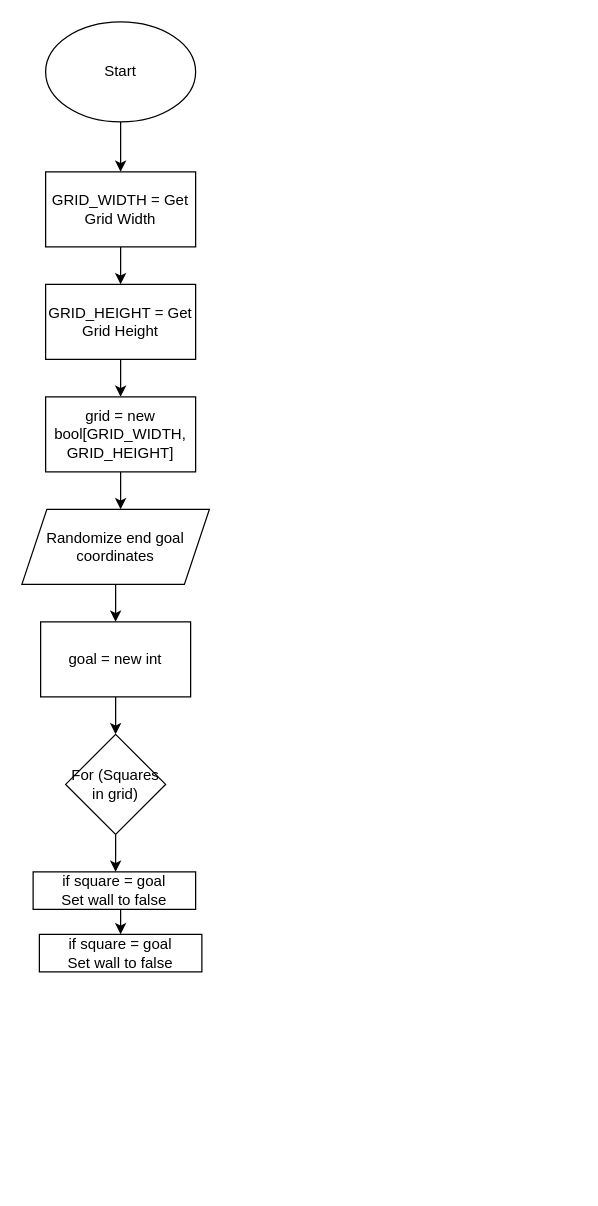
stanbennard/MazeProject2021 keeps this draw.io diagram as Untitled Diagram.drawio. Above is the earlier version. Source tidied: cells renumbered, new cells numbered last; positions are measured from the earlier drawing's top-left corner, leaving out a move shared by most shapes. Both pictures are drawn from the tidied source at 125%, with x=0, y=0 at pixel (21, 21).
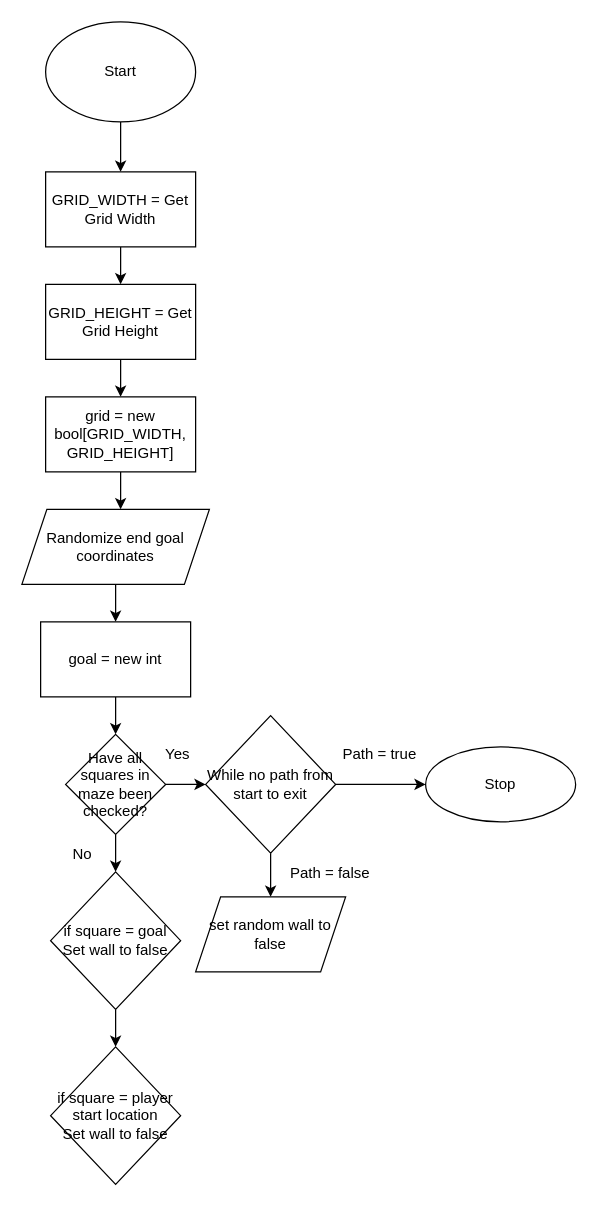
The same page after the edit.

The edit, as a diff of the source:
```diff
@@
-    <mxCell id="14" style="edgeStyle=orthogonalEdgeStyle;rounded=0;jettySize=auto;html=1;exitX=0.5;exitY=1;exitDx=0;exitDy=0;" parent="1" edge="1" source="15">
-      <mxGeometry relative="1" as="geometry">
-        <mxPoint x="75" y="680" as="targetPoint" />
-      </mxGeometry>
-    </mxCell>
+    <mxCell id="19" style="edgeStyle=orthogonalEdgeStyle;rounded=0;jettySize=auto;html=1;" parent="1" edge="1" source="15" target="22">
+      <mxGeometry relative="1" as="geometry" />
+    </mxCell>
+    <mxCell id="20" style="edgeStyle=orthogonalEdgeStyle;rounded=0;jettySize=auto;html=1;" parent="1" edge="1" source="15" target="26">
+      <mxGeometry relative="1" as="geometry" />
+    </mxCell>
-    <mxCell id="15" value="For (Squares&lt;br&gt;in grid)" style="rhombus;whiteSpace=wrap;html=1;" parent="1" vertex="1">
+    <mxCell id="15" value="Have all squares in maze been checked?" style="rhombus;whiteSpace=wrap;html=1;" parent="1" vertex="1">
       <mxGeometry x="35" y="570" width="80" height="80" as="geometry" />
     </mxCell>
-    <mxCell id="16" style="edgeStyle=orthogonalEdgeStyle;rounded=0;jettySize=auto;html=1;exitX=0.5;exitY=1;exitDx=0;exitDy=0;entryX=0.5;entryY=0;entryDx=0;entryDy=0;" parent="1" edge="1" source="17" target="18">
-      <mxGeometry relative="1" as="geometry" />
-    </mxCell>
-    <mxCell id="17" value="if square = goal&lt;br&gt;Set wall to false" style="rounded=0;whiteSpace=wrap;html=1;" parent="1" vertex="1">
-      <mxGeometry x="9" y="680" width="130" height="30" as="geometry" />
-    </mxCell>
-    <mxCell id="18" value="if square = goal&lt;br&gt;Set wall to false" style="rounded=0;whiteSpace=wrap;html=1;" parent="1" vertex="1">
-      <mxGeometry x="14" y="730" width="130" height="30" as="geometry" />
-    </mxCell>
+    <mxCell id="21" style="edgeStyle=orthogonalEdgeStyle;rounded=0;jettySize=auto;html=1;" parent="1" edge="1" source="22" target="23">
+      <mxGeometry relative="1" as="geometry" />
+    </mxCell>
+    <mxCell id="22" value="&lt;span&gt;if square = goal&lt;/span&gt;&lt;br&gt;&lt;span&gt;Set wall to false&lt;/span&gt;" style="rhombus;whiteSpace=wrap;html=1;" parent="1" vertex="1">
+      <mxGeometry x="23" y="680" width="104" height="110" as="geometry" />
+    </mxCell>
+    <mxCell id="23" value="&lt;span&gt;if square = player start location&lt;/span&gt;&lt;br&gt;&lt;span&gt;Set wall to false&lt;/span&gt;" style="rhombus;whiteSpace=wrap;html=1;" parent="1" vertex="1">
+      <mxGeometry x="23" y="820" width="104" height="110" as="geometry" />
+    </mxCell>
+    <mxCell id="24" style="edgeStyle=orthogonalEdgeStyle;rounded=0;jettySize=auto;html=1;" parent="1" edge="1" source="26" target="29">
+      <mxGeometry relative="1" as="geometry" />
+    </mxCell>
+    <mxCell id="25" style="edgeStyle=orthogonalEdgeStyle;rounded=0;jettySize=auto;html=1;" parent="1" edge="1" source="26" target="31">
+      <mxGeometry relative="1" as="geometry" />
+    </mxCell>
+    <mxCell id="26" value="While no path from start to exit" style="rhombus;whiteSpace=wrap;html=1;" parent="1" vertex="1">
+      <mxGeometry x="147" y="555" width="104" height="110" as="geometry" />
+    </mxCell>
+    <mxCell id="27" value="No" style="text;strokeColor=none;fillColor=none;align=left;verticalAlign=middle;spacingLeft=4;spacingRight=4;overflow=hidden;" parent="1" vertex="1">
+      <mxGeometry x="35" y="650" width="30" height="30" as="geometry" />
+    </mxCell>
+    <mxCell id="28" value="Yes" style="text;strokeColor=none;fillColor=none;align=left;verticalAlign=middle;spacingLeft=4;spacingRight=4;overflow=hidden;" parent="1" vertex="1">
+      <mxGeometry x="109" y="570" width="30" height="30" as="geometry" />
+    </mxCell>
+    <mxCell id="29" value="set random wall to false" style="shape=parallelogram;perimeter=parallelogramPerimeter;whiteSpace=wrap;html=1;fixedSize=1;" parent="1" vertex="1">
+      <mxGeometry x="139" y="700" width="120" height="60" as="geometry" />
+    </mxCell>
+    <mxCell id="30" value="Path = false" style="text;strokeColor=none;fillColor=none;align=left;verticalAlign=middle;spacingLeft=4;spacingRight=4;overflow=hidden;" parent="1" vertex="1">
+      <mxGeometry x="209" y="665" width="80" height="30" as="geometry" />
+    </mxCell>
+    <mxCell id="31" value="Stop" style="ellipse;whiteSpace=wrap;html=1;" parent="1" vertex="1">
+      <mxGeometry x="323" y="580" width="120" height="60" as="geometry" />
+    </mxCell>
+    <mxCell id="32" value="Path = true" style="text;strokeColor=none;fillColor=none;align=left;verticalAlign=middle;spacingLeft=4;spacingRight=4;overflow=hidden;" parent="1" vertex="1">
+      <mxGeometry x="251" y="570" width="80" height="30" as="geometry" />
+    </mxCell>
```
